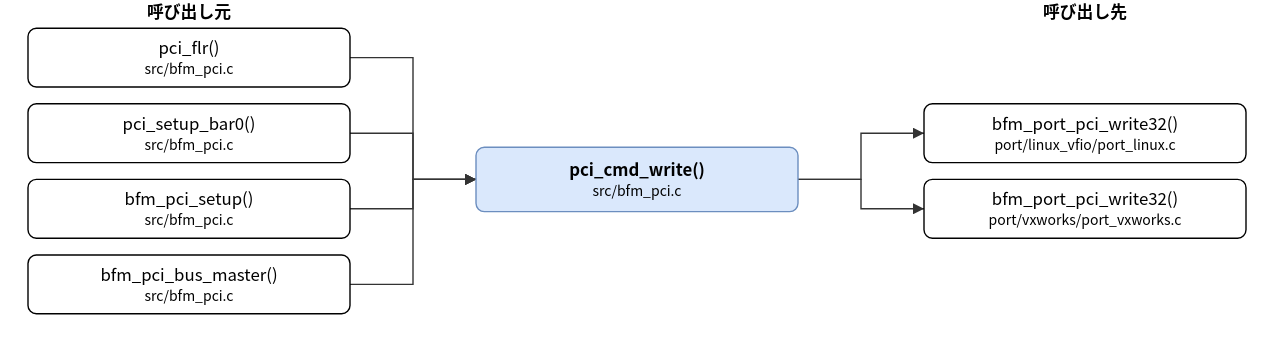
The draw.io diagram doc/spec/images/call_src_bfm_pci-pci_cmd_write.drawio.svg in hf355051012-ai/bfmem, before a commit. Source tidied: cells renumbered, new cells last; positions are measured from the earlier drawing's top-left corner, leaving out a move shared by most shapes.
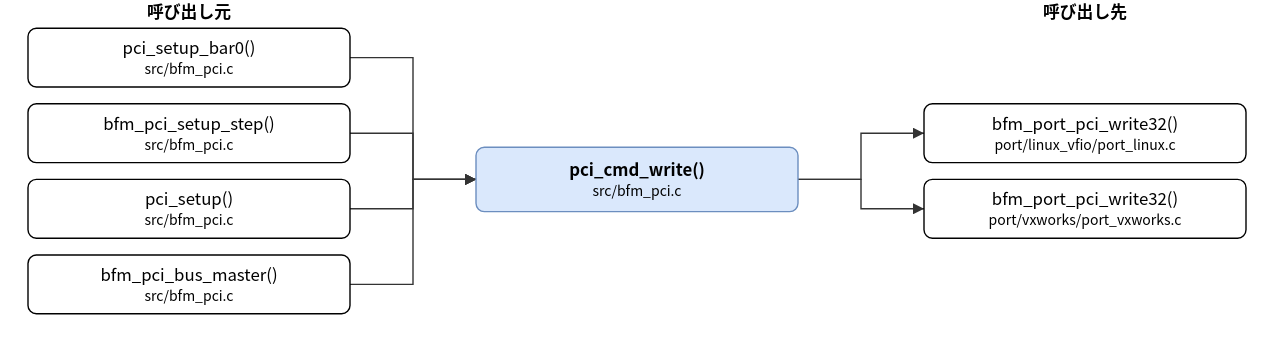
After the change.

Diff of the diagram source:
```diff
@@ -5,13 +5,13 @@
     <mxCell id="2" value="pci_cmd_write()&lt;br&gt;&lt;font style=&quot;font-size:10px&quot;&gt;src/bfm_pci.c&lt;/font&gt;" style="rounded=1;whiteSpace=wrap;html=1;fillColor=#dae8fc;strokeColor=#6c8ebf;fontStyle=1;" parent="1" vertex="1">
       <mxGeometry x="320" y="105" width="230" height="46" as="geometry" />
     </mxCell>
-    <mxCell id="3" value="pci_flr()&lt;br&gt;&lt;font style=&quot;font-size:10px&quot;&gt;src/bfm_pci.c&lt;/font&gt;" style="rounded=1;whiteSpace=wrap;html=1;" parent="1" vertex="1">
+    <mxCell id="3" value="pci_setup_bar0()&lt;br&gt;&lt;font style=&quot;font-size:10px&quot;&gt;src/bfm_pci.c&lt;/font&gt;" style="rounded=1;whiteSpace=wrap;html=1;" parent="1" vertex="1">
       <mxGeometry y="20" width="230" height="42" as="geometry" />
     </mxCell>
-    <mxCell id="4" value="pci_setup_bar0()&lt;br&gt;&lt;font style=&quot;font-size:10px&quot;&gt;src/bfm_pci.c&lt;/font&gt;" style="rounded=1;whiteSpace=wrap;html=1;" parent="1" vertex="1">
+    <mxCell id="4" value="bfm_pci_setup_step()&lt;br&gt;&lt;font style=&quot;font-size:10px&quot;&gt;src/bfm_pci.c&lt;/font&gt;" style="rounded=1;whiteSpace=wrap;html=1;" parent="1" vertex="1">
       <mxGeometry y="74" width="230" height="42" as="geometry" />
     </mxCell>
-    <mxCell id="5" value="bfm_pci_setup()&lt;br&gt;&lt;font style=&quot;font-size:10px&quot;&gt;src/bfm_pci.c&lt;/font&gt;" style="rounded=1;whiteSpace=wrap;html=1;" parent="1" vertex="1">
+    <mxCell id="5" value="pci_setup()&lt;br&gt;&lt;font style=&quot;font-size:10px&quot;&gt;src/bfm_pci.c&lt;/font&gt;" style="rounded=1;whiteSpace=wrap;html=1;" parent="1" vertex="1">
       <mxGeometry y="128" width="230" height="42" as="geometry" />
     </mxCell>
     <mxCell id="6" value="bfm_pci_bus_master()&lt;br&gt;&lt;font style=&quot;font-size:10px&quot;&gt;src/bfm_pci.c&lt;/font&gt;" style="rounded=1;whiteSpace=wrap;html=1;" parent="1" vertex="1">
```
